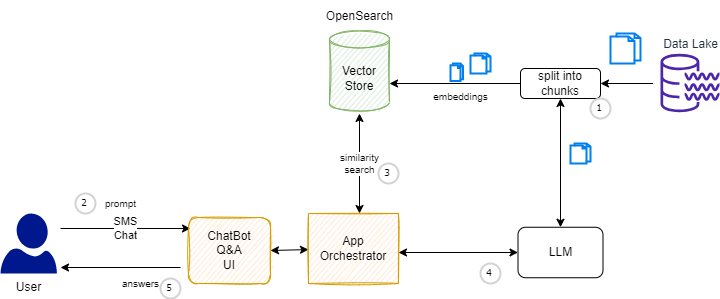
Above: docs/genAI/diagrams/rag.drawio.png in jbcodeforce/ML-studies (draw.io), before the change. Source tidied: cells renumbered, new cells last; positions are measured from the earlier drawing's top-left corner, leaving out a move shared by most shapes.
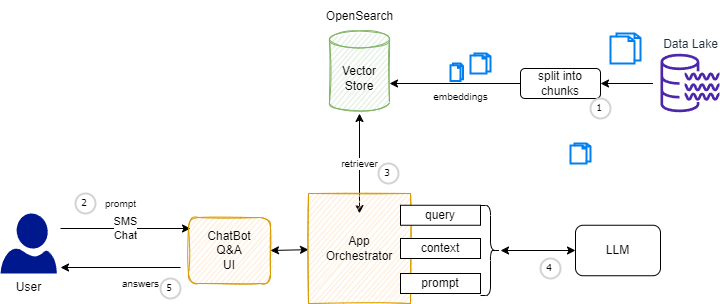
Above is the later version.

What changed in the source:
```diff
@@ -7,10 +7,10 @@
     </mxCell>
     <mxCell id="3" style="edgeStyle=none;html=1;entryX=0;entryY=0.5;entryDx=0;entryDy=0;startArrow=classic;startFill=1;" parent="1" edge="1" target="11">
       <mxGeometry relative="1" as="geometry">
-        <mxPoint x="398" y="251" as="sourcePoint" />
+        <mxPoint x="500" y="249" as="sourcePoint" />
       </mxGeometry>
     </mxCell>
-    <mxCell id="4" value="similarity &lt;br style=&quot;font-size: 10px;&quot;&gt;search" style="edgeStyle=none;html=1;entryX=0.5;entryY=1;entryDx=0;entryDy=0;entryPerimeter=0;startArrow=classic;startFill=1;fontSize=10;" parent="1" edge="1">
+    <mxCell id="4" value="retriever" style="edgeStyle=none;html=1;entryX=0.5;entryY=1;entryDx=0;entryDy=0;entryPerimeter=0;startArrow=classic;startFill=1;fontSize=10;" parent="1" edge="1">
       <mxGeometry relative="1" as="geometry">
         <mxPoint x="359" y="212" as="sourcePoint" />
         <mxPoint x="359" y="112" as="targetPoint" />
@@ -31,9 +31,6 @@
     <mxCell id="7" style="html=1;verticalLabelPosition=bottom;align=center;labelBackgroundColor=#ffffff;verticalAlign=top;strokeWidth=2;strokeColor=#0080F0;shadow=0;dashed=0;shape=mxgraph.ios7.icons.documents;" parent="1" vertex="1">
       <mxGeometry x="610" y="32" width="30" height="30" as="geometry" />
     </mxCell>
-    <mxCell id="8" style="edgeStyle=none;html=1;startArrow=classic;startFill=1;" parent="1" edge="1" source="10" target="11">
-      <mxGeometry relative="1" as="geometry" />
-    </mxCell>
     <mxCell id="9" style="edgeStyle=none;html=1;" parent="1" edge="1" source="10">
       <mxGeometry relative="1" as="geometry">
         <mxPoint x="389" y="82" as="targetPoint" />
@@ -43,7 +40,7 @@
       <mxGeometry x="520" y="67" width="80" height="30" as="geometry" />
     </mxCell>
     <mxCell id="11" value="LLM" style="rounded=1;whiteSpace=wrap;html=1;" parent="1" vertex="1">
-      <mxGeometry x="517.5" y="225.8" width="85" height="50.5" as="geometry" />
+      <mxGeometry x="575" y="223.8" width="85" height="50.5" as="geometry" />
     </mxCell>
     <mxCell id="12" style="edgeStyle=none;html=1;" parent="1" edge="1" target="10">
       <mxGeometry relative="1" as="geometry">
@@ -78,7 +75,7 @@
       <mxGeometry x="378" y="162" width="20" height="20" as="geometry" />
     </mxCell>
     <mxCell id="22" value="4" style="ellipse;whiteSpace=wrap;html=1;strokeWidth=2;fontFamily=Tahoma;spacingBottom=4;spacingRight=2;strokeColor=#d3d3d3;fontSize=10;" parent="1" vertex="1">
-      <mxGeometry x="480" y="262" width="20" height="20" as="geometry" />
+      <mxGeometry x="540" y="257" width="20" height="20" as="geometry" />
     </mxCell>
     <mxCell id="23" value="5" style="ellipse;whiteSpace=wrap;html=1;strokeWidth=2;fontFamily=Tahoma;spacingBottom=4;spacingRight=2;strokeColor=#d3d3d3;fontSize=10;" parent="1" vertex="1">
       <mxGeometry x="160" y="277" width="20" height="20" as="geometry" />
@@ -95,11 +92,23 @@
     <mxCell id="27" style="edgeStyle=none;html=1;entryX=1;entryY=0.5;entryDx=0;entryDy=0;startArrow=classic;startFill=1;" parent="1" edge="1" source="28" target="26">
       <mxGeometry relative="1" as="geometry" />
     </mxCell>
-    <mxCell id="28" value="App Orchestrator" style="rounded=0;whiteSpace=wrap;html=1;sketch=1;fillColor=#ffe6cc;strokeColor=#d79b00;" parent="1" vertex="1">
-      <mxGeometry x="308" y="212" width="90" height="70" as="geometry" />
+    <mxCell id="28" value="App&lt;br&gt;Orchestrator" style="rounded=0;whiteSpace=wrap;html=1;sketch=1;fillColor=#ffe6cc;strokeColor=#d79b00;" parent="1" vertex="1">
+      <mxGeometry x="308" y="192" width="102" height="110" as="geometry" />
     </mxCell>
     <mxCell id="29" value="Data Lake" style="sketch=0;fontColor=#232F3E;gradientColor=none;fillColor=#4D27AA;strokeColor=none;dashed=0;verticalLabelPosition=top;verticalAlign=bottom;align=center;html=1;fontSize=12;fontStyle=0;shape=mxgraph.aws4.data_lake_resource_icon;labelPosition=center;" parent="1" vertex="1">
       <mxGeometry x="660" y="52" width="59" height="59" as="geometry" />
     </mxCell>
+    <mxCell id="30" value="prompt" style="rounded=0;whiteSpace=wrap;html=1;" parent="1" vertex="1">
+      <mxGeometry x="400" y="272" width="80" height="20" as="geometry" />
+    </mxCell>
+    <mxCell id="31" value="query" style="rounded=0;whiteSpace=wrap;html=1;" parent="1" vertex="1">
+      <mxGeometry x="400" y="203.8" width="80" height="20" as="geometry" />
+    </mxCell>
+    <mxCell id="32" value="context" style="rounded=0;whiteSpace=wrap;html=1;" parent="1" vertex="1">
+      <mxGeometry x="400" y="237" width="80" height="20" as="geometry" />
+    </mxCell>
+    <mxCell id="33" style="shape=curlyBracket;whiteSpace=wrap;html=1;rounded=1;flipH=1;labelPosition=right;verticalLabelPosition=middle;align=left;verticalAlign=middle;" parent="1" vertex="1">
+      <mxGeometry x="480" y="204" width="20" height="90" as="geometry" />
+    </mxCell>
   </root>
 </mxGraphModel>
```
